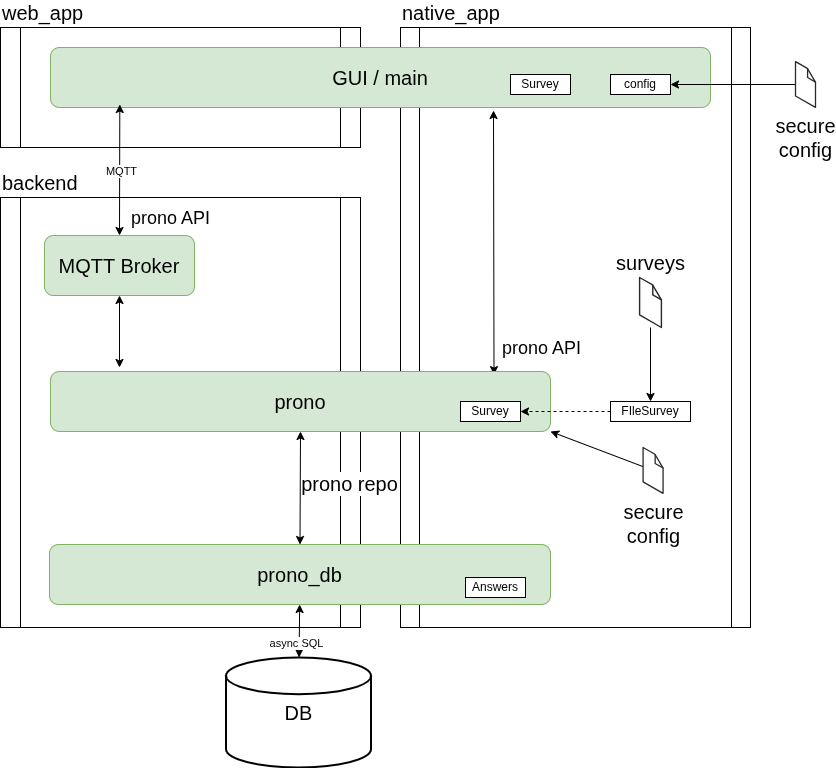
The draw.io diagram docs/architecture.drawio.png in jaques-sam/prono, before a commit. Source tidied: cells renumbered, new cells last; positions are measured from the earlier drawing's top-left corner, leaving out a move shared by most shapes.
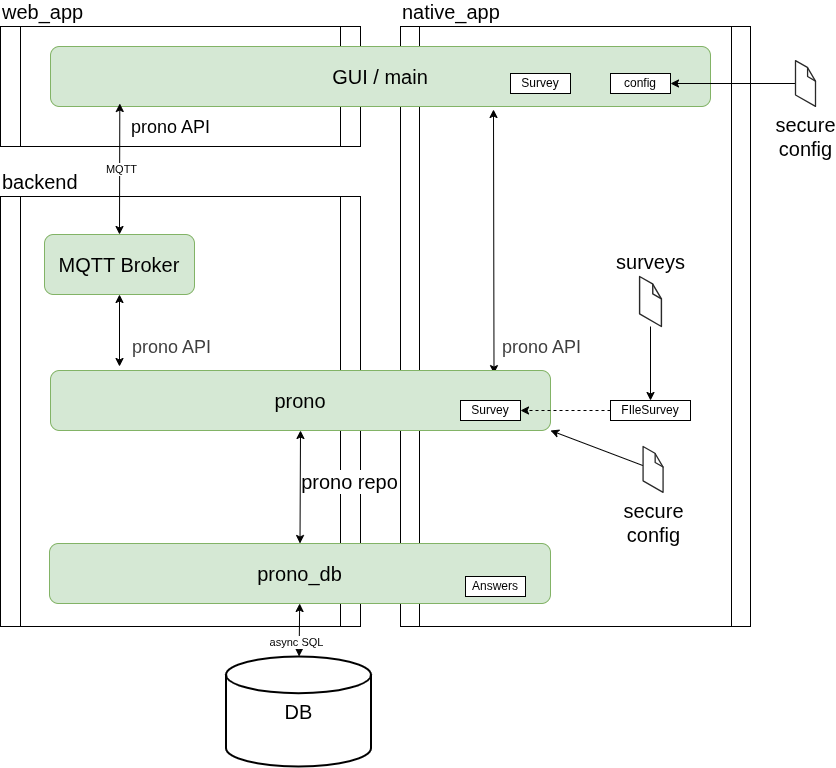
After the commit.

Diff of the diagram source:
```diff
@@ -16,11 +16,11 @@
         <mxPoint x="493" y="83" as="sourcePoint" />
       </mxGeometry>
     </mxCell>
-    <mxCell id="6" value="&lt;font style=&quot;font-size: 18px;&quot;&gt;prono API&lt;/font&gt;" style="edgeLabel;html=1;align=center;verticalAlign=middle;" parent="5" vertex="1">
-      <mxGeometry x="-0.1" y="4" relative="1" as="geometry">
-        <mxPoint x="43" y="117" as="offset" />
-      </mxGeometry>
-    </mxCell>
+    <mxCell id="30" value="&lt;span style=&quot;color: rgb(63, 63, 63); font-size: 18px;&quot;&gt;prono API&lt;/span&gt;" style="edgeLabel;html=1;align=center;verticalAlign=middle;" parent="5" vertex="1">
+      <mxGeometry x="0.65" y="5" relative="1" as="geometry">
+        <mxPoint x="42" y="20" as="offset" />
+      </mxGeometry>
+    </mxCell>
     <mxCell id="7" value="GUI / main" style="rounded=1;whiteSpace=wrap;html=1;fontSize=20;fillColor=#d5e8d4;strokeColor=#82b366;" parent="1" vertex="1">
       <mxGeometry x="50" y="20" width="660" height="60" as="geometry" />
     </mxCell>
@@ -40,9 +40,7 @@
       <mxGeometry x="225.5" y="630" width="145" height="110" as="geometry" />
     </mxCell>
     <mxCell id="13" value="&lt;font style=&quot;font-size: 18px;&quot;&gt;prono API&lt;/font&gt;" style="edgeStyle=none;html=1;fontSize=20;startArrow=classic;startFill=1;exitX=0.5;exitY=0;exitDx=0;exitDy=0;entryX=0.105;entryY=0.95;entryDx=0;entryDy=0;entryPerimeter=0;" parent="1" edge="1" source="16" target="7">
-      <mxGeometry x="-0.72" y="-51" relative="1" as="geometry">
-        <mxPoint y="-1" as="offset" />
-      </mxGeometry>
+      <mxGeometry x="0.65" y="-51" relative="1" as="geometry" />
     </mxCell>
     <mxCell id="14" value="MQTT" style="edgeLabel;html=1;align=center;verticalAlign=middle;" parent="13" vertex="1">
       <mxGeometry x="-0.02" y="-1" relative="1" as="geometry">
@@ -54,6 +52,11 @@
         <mxPoint x="119" y="340" as="targetPoint" />
       </mxGeometry>
     </mxCell>
+    <mxCell id="6" value="&lt;span style=&quot;color: rgb(63, 63, 63); font-size: 18px;&quot;&gt;prono API&lt;/span&gt;" style="edgeLabel;html=1;align=center;verticalAlign=middle;" parent="15" vertex="1">
+      <mxGeometry x="0.3" y="1" relative="1" as="geometry">
+        <mxPoint x="50" y="5" as="offset" />
+      </mxGeometry>
+    </mxCell>
     <mxCell id="16" value="MQTT Broker" style="rounded=1;whiteSpace=wrap;html=1;fontSize=20;fillColor=#d5e8d4;strokeColor=#82b366;" parent="1" vertex="1">
       <mxGeometry x="44" y="208" width="150" height="60" as="geometry" />
     </mxCell>
```
